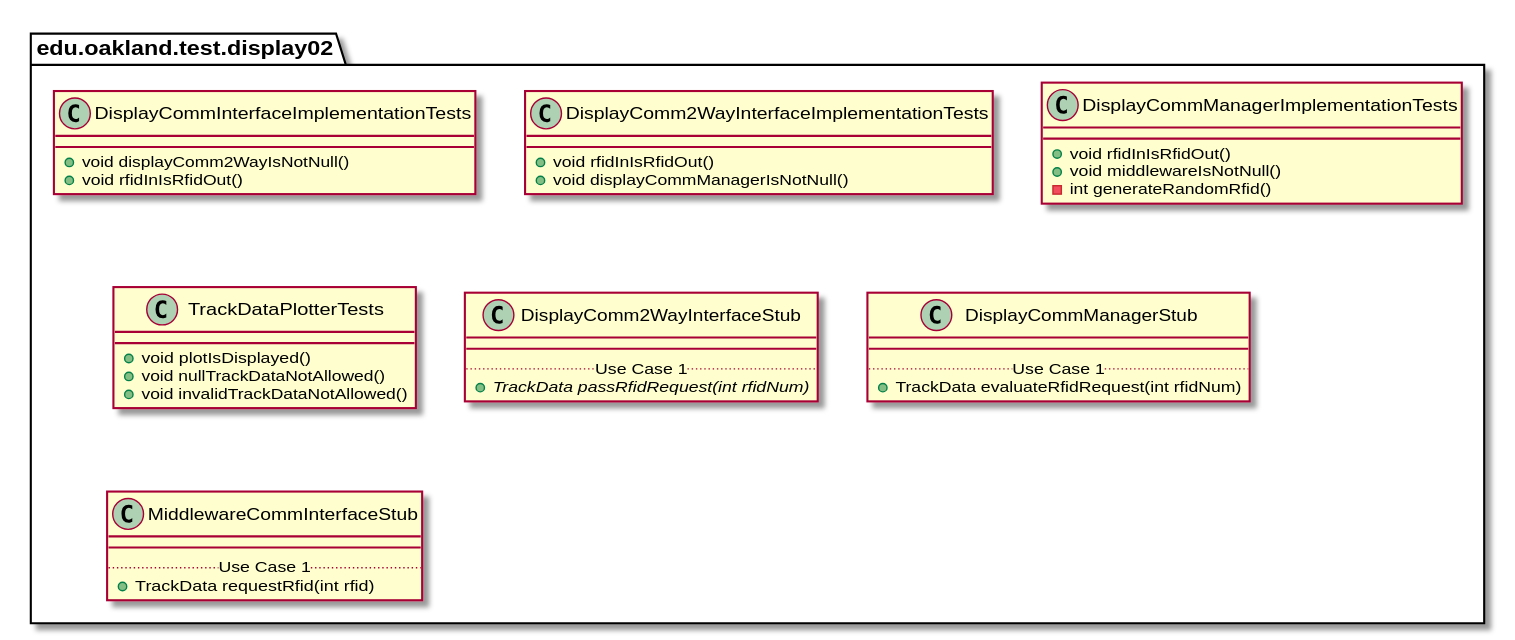
Above: docs/uml-class-diagrams/display02/test/Display02TestPackage.svg in andrewdimmer/csi-3370-software-project (PlantUML), before the change.
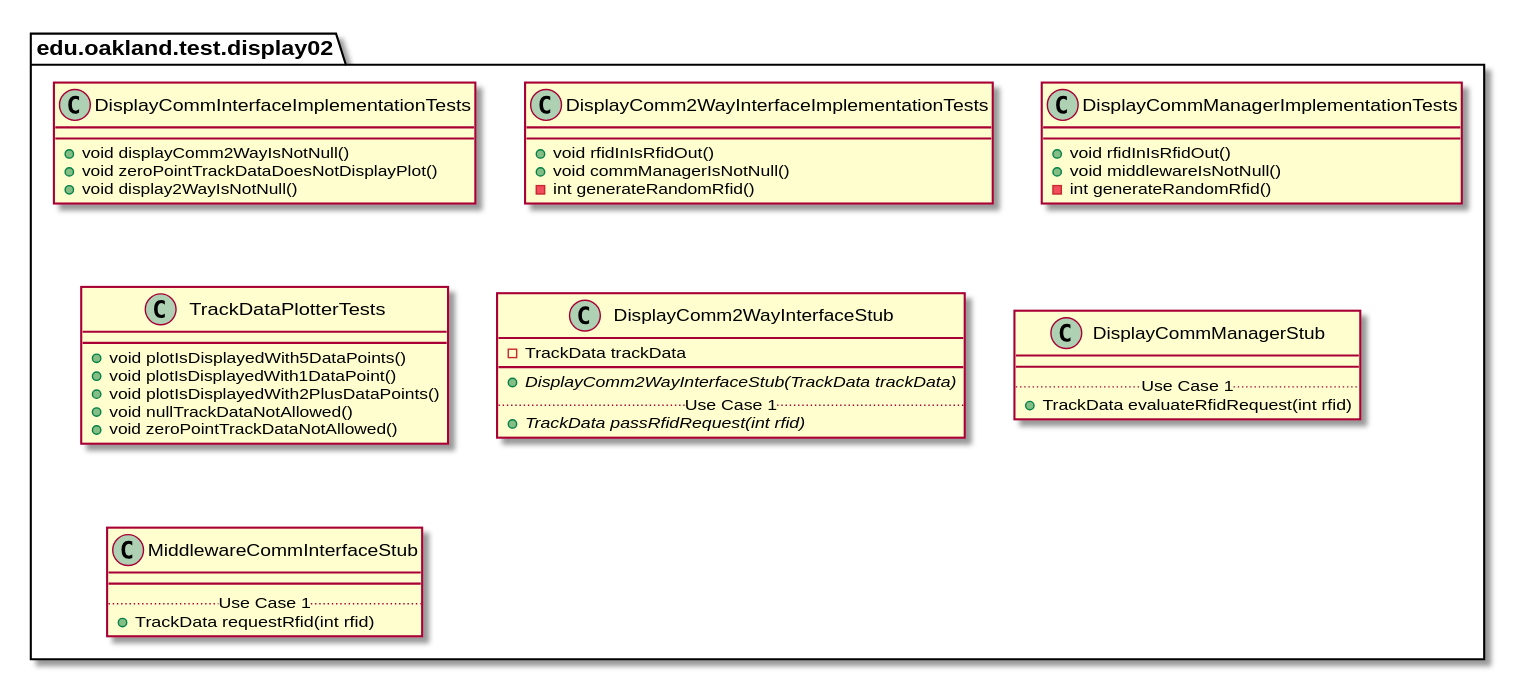
The same diagram one commit later.

Diff of the diagram source:
```diff
@@ -8,8 +8,8 @@
 package edu.oakland.test.display02 {
     class DisplayCommInterfaceImplementationTests {
         + void displayComm2WayIsNotNull()
-        + void rfidInIsRfidOut()
-
+        + void zeroPointTrackDataDoesNotDisplayPlot()
+        + void display2WayIsNotNull()
     }
 }
 
@@ -17,7 +17,8 @@
 package edu.oakland.test.display02 {
     class DisplayComm2WayInterfaceImplementationTests {
         + void rfidInIsRfidOut()
-        + void displayCommManagerIsNotNull()
+        + void commManagerIsNotNull()
+        - int generateRandomRfid()
     }
 }
 
@@ -33,18 +34,22 @@
 
 package edu.oakland.test.display02 {
     class TrackDataPlotterTests {
-        + void plotIsDisplayed()
+        + void plotIsDisplayedWith5DataPoints()
+        + void plotIsDisplayedWith1DataPoint()
+        + void plotIsDisplayedWith2PlusDataPoints()
         + void nullTrackDataNotAllowed()
-        + void invalidTrackDataNotAllowed()
+        + void zeroPointTrackDataNotAllowed()
     }
 }
 
 
 package edu.oakland.test.display02 {
     class DisplayComm2WayInterfaceStub {
+        - TrackData trackData
         __
+        {abstract} + DisplayComm2WayInterfaceStub(TrackData trackData)
         .. Use Case 1 ..
-        {abstract} + TrackData passRfidRequest(int rfidNum)
+        {abstract} + TrackData passRfidRequest(int rfid)
     }
 }
 
@@ -53,7 +58,7 @@
     class DisplayCommManagerStub {
         __
         .. Use Case 1 ..
-        + TrackData evaluateRfidRequest(int rfidNum)
+        + TrackData evaluateRfidRequest(int rfid)
     }
 }
 
```
